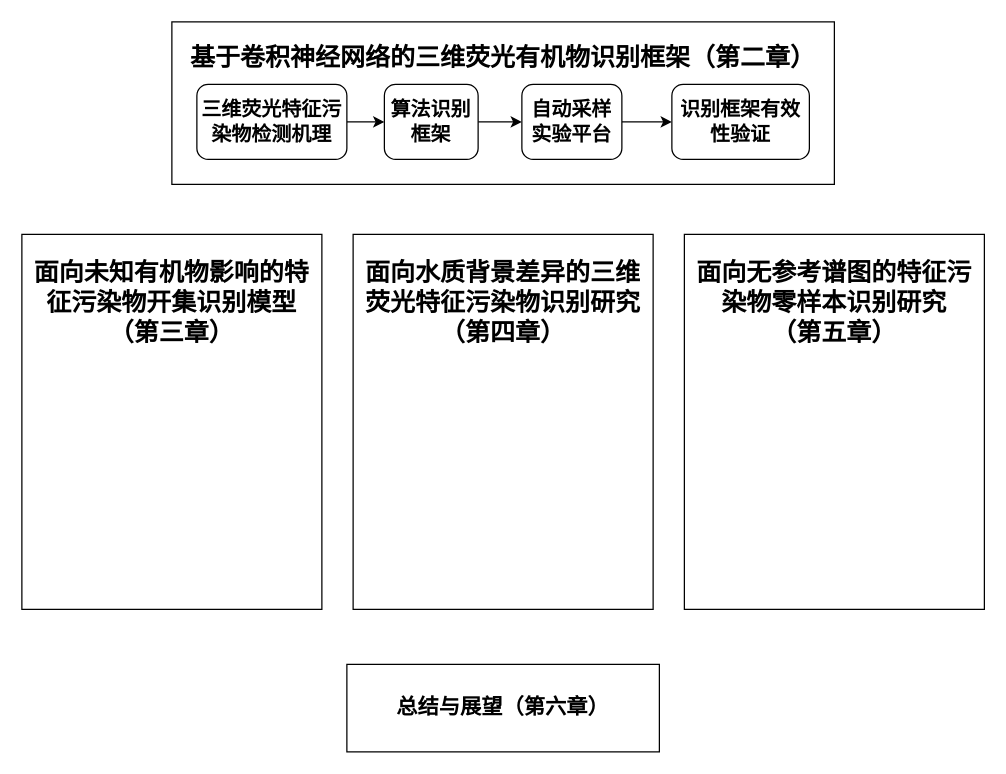
Above: thesis.drawio in chbambooshoot/digram (draw.io), before the change. Source tidied: cells renumbered, new cells numbered last; positions are measured from the earlier drawing's top-left corner, leaving out a move shared by most shapes. Both pictures are drawn from the tidied source at 125%, with x=0, y=0 at pixel (21, 21).
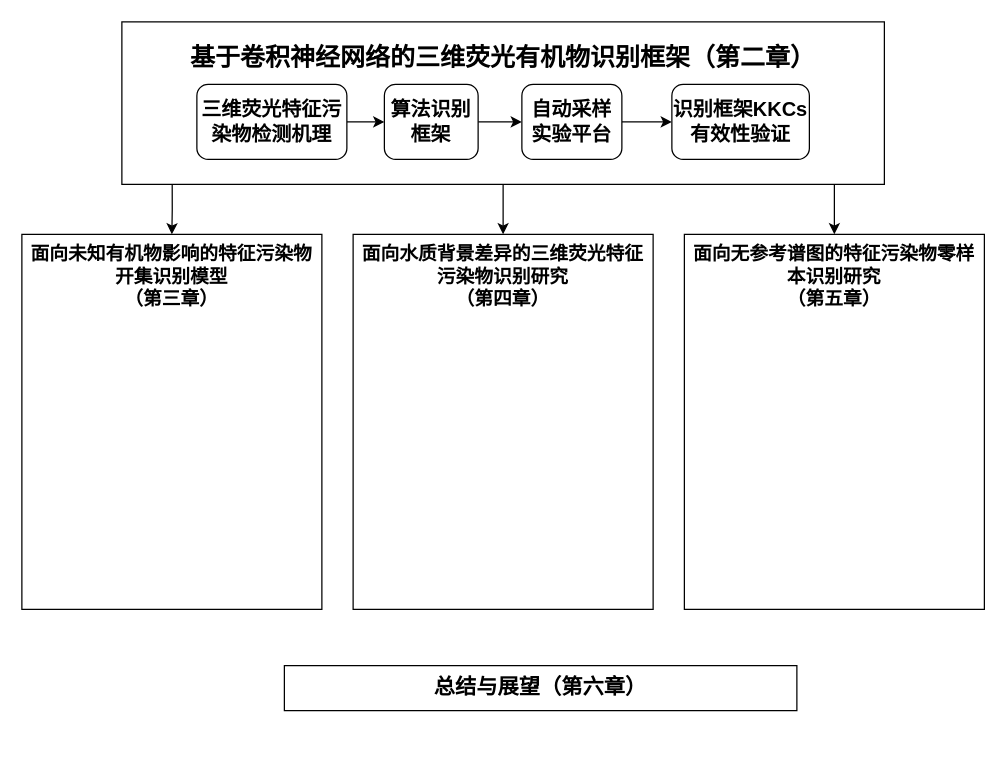
The same page after the edit.

The edit, as a diff of the source:
```diff
@@
 <mxGraphModel>
   <root>
     <mxCell id="0" />
     <mxCell id="1" parent="0" />
+    <mxCell id="14" style="edgeStyle=orthogonalEdgeStyle;rounded=0;jettySize=auto;html=1;" parent="1" edge="1" source="2" target="4">
+      <mxGeometry relative="1" as="geometry" />
+    </mxCell>
     <mxCell id="2" value="&lt;font size=&quot;1&quot; style=&quot;&quot;&gt;&lt;span style=&quot;text-indent: 0cm; background-color: initial;&quot;&gt;&lt;b style=&quot;font-size: 20px;&quot;&gt;基于卷积神经网络的三维荧光有机物识别框架（第二章）&lt;br&gt;&lt;/b&gt;&lt;/span&gt;&lt;/font&gt;&lt;br&gt;&lt;br&gt;&lt;br&gt;&lt;br&gt;&lt;h1 style=&quot;text-indent:0cm;mso-list:l0 level1 lfo1&quot;&gt;&lt;span lang=&quot;EN-US&quot;&gt;&lt;/span&gt;&lt;/h1&gt;" style="rounded=0;whiteSpace=wrap;html=1;fontFamily=仿宋;" parent="1" vertex="1">
-      <mxGeometry x="120" width="530" height="130" as="geometry" />
+      <mxGeometry x="80" width="610" height="130" as="geometry" />
     </mxCell>
-    <mxCell id="3" value="&lt;font style=&quot;border-color: var(--border-color);&quot;&gt;&lt;b style=&quot;border-color: var(--border-color); font-size: 20px;&quot;&gt;面向未知有机物影响的特征污染物开集识别模型（第三章）&lt;br&gt;&lt;br&gt;&lt;br&gt;&lt;br&gt;&lt;br&gt;&lt;br&gt;&lt;br&gt;&lt;br&gt;&lt;br style=&quot;border-color: var(--border-color);&quot;&gt;&lt;/b&gt;&lt;/font&gt;" style="rounded=0;whiteSpace=wrap;html=1;fontFamily=仿宋;" parent="1" vertex="1">
+    <mxCell id="3" value="&lt;font style=&quot;border-color: var(--border-color); font-size: 15px;&quot;&gt;&lt;b style=&quot;border-color: var(--border-color); font-size: 15px;&quot;&gt;面向未知有机物影响的特征污染物开集识别模型&lt;br&gt;（第三章）&lt;br&gt;&lt;br&gt;&lt;br&gt;&lt;br&gt;&lt;br&gt;&lt;br style=&quot;font-size: 15px;&quot;&gt;&lt;br style=&quot;font-size: 15px;&quot;&gt;&lt;br style=&quot;font-size: 15px;&quot;&gt;&lt;br style=&quot;font-size: 15px;&quot;&gt;&lt;br style=&quot;font-size: 15px;&quot;&gt;&lt;br style=&quot;font-size: 15px;&quot;&gt;&lt;br style=&quot;font-size: 15px;&quot;&gt;&lt;br style=&quot;font-size: 15px;&quot;&gt;&lt;br style=&quot;border-color: var(--border-color); font-size: 15px;&quot;&gt;&lt;/b&gt;&lt;/font&gt;" style="rounded=0;whiteSpace=wrap;html=1;fontFamily=仿宋;fontSize=15;" parent="1" vertex="1">
       <mxGeometry y="170" width="240" height="300" as="geometry" />
     </mxCell>
-    <mxCell id="4" value="&lt;font style=&quot;border-color: var(--border-color);&quot;&gt;&lt;b style=&quot;border-color: var(--border-color); font-size: 20px;&quot;&gt;面向水质背景差异的三维荧光特征污染物识别研究&lt;br&gt;（第四章）&lt;br&gt;&lt;b style=&quot;border-color: var(--border-color);&quot;&gt;&lt;br style=&quot;border-color: var(--border-color);&quot;&gt;&lt;br style=&quot;border-color: var(--border-color);&quot;&gt;&lt;br style=&quot;border-color: var(--border-color);&quot;&gt;&lt;br style=&quot;border-color: var(--border-color);&quot;&gt;&lt;br style=&quot;border-color: var(--border-color);&quot;&gt;&lt;br style=&quot;border-color: var(--border-color);&quot;&gt;&lt;br style=&quot;border-color: var(--border-color);&quot;&gt;&lt;br style=&quot;border-color: var(--border-color);&quot;&gt;&lt;/b&gt;&lt;/b&gt;&lt;/font&gt;" style="rounded=0;whiteSpace=wrap;html=1;fontFamily=仿宋;" parent="1" vertex="1">
+    <mxCell id="4" value="&lt;font style=&quot;border-color: var(--border-color); font-size: 15px;&quot;&gt;&lt;b style=&quot;border-color: var(--border-color); font-size: 15px;&quot;&gt;面向水质背景差异的三维荧光特征污染物识别研究&lt;br style=&quot;font-size: 15px;&quot;&gt;（第四章）&lt;br&gt;&lt;br&gt;&lt;br&gt;&lt;br&gt;&lt;br&gt;&lt;br style=&quot;font-size: 15px;&quot;&gt;&lt;b style=&quot;border-color: var(--border-color); font-size: 15px;&quot;&gt;&lt;br style=&quot;border-color: var(--border-color); font-size: 15px;&quot;&gt;&lt;br style=&quot;border-color: var(--border-color); font-size: 15px;&quot;&gt;&lt;br style=&quot;border-color: var(--border-color); font-size: 15px;&quot;&gt;&lt;br style=&quot;border-color: var(--border-color); font-size: 15px;&quot;&gt;&lt;br style=&quot;border-color: var(--border-color); font-size: 15px;&quot;&gt;&lt;br style=&quot;border-color: var(--border-color); font-size: 15px;&quot;&gt;&lt;br style=&quot;border-color: var(--border-color); font-size: 15px;&quot;&gt;&lt;br style=&quot;border-color: var(--border-color); font-size: 15px;&quot;&gt;&lt;/b&gt;&lt;/b&gt;&lt;/font&gt;" style="rounded=0;whiteSpace=wrap;html=1;fontFamily=仿宋;fontSize=15;" parent="1" vertex="1">
       <mxGeometry x="265" y="170" width="240" height="300" as="geometry" />
     </mxCell>
-    <mxCell id="5" value="&lt;font style=&quot;border-color: var(--border-color);&quot;&gt;&lt;b style=&quot;border-color: var(--border-color); font-size: 20px;&quot;&gt;面向无参考谱图的特征污染物零样本识别研究&lt;br&gt;（第五章）&lt;br&gt;&lt;b style=&quot;border-color: var(--border-color);&quot;&gt;&lt;br style=&quot;border-color: var(--border-color);&quot;&gt;&lt;br style=&quot;border-color: var(--border-color);&quot;&gt;&lt;br style=&quot;border-color: var(--border-color);&quot;&gt;&lt;br style=&quot;border-color: var(--border-color);&quot;&gt;&lt;br style=&quot;border-color: var(--border-color);&quot;&gt;&lt;br style=&quot;border-color: var(--border-color);&quot;&gt;&lt;br style=&quot;border-color: var(--border-color);&quot;&gt;&lt;br style=&quot;border-color: var(--border-color);&quot;&gt;&lt;/b&gt;&lt;/b&gt;&lt;/font&gt;" style="rounded=0;whiteSpace=wrap;html=1;fontFamily=仿宋;" parent="1" vertex="1">
+    <mxCell id="5" value="&lt;font style=&quot;border-color: var(--border-color); font-size: 15px;&quot;&gt;&lt;b style=&quot;border-color: var(--border-color); font-size: 15px;&quot;&gt;面向无参考谱图的特征污染物零样本识别研究&lt;br style=&quot;font-size: 15px;&quot;&gt;（第五章）&lt;br&gt;&lt;br&gt;&lt;br&gt;&lt;br&gt;&lt;br&gt;&lt;br style=&quot;font-size: 15px;&quot;&gt;&lt;b style=&quot;border-color: var(--border-color); font-size: 15px;&quot;&gt;&lt;br style=&quot;border-color: var(--border-color); font-size: 15px;&quot;&gt;&lt;br style=&quot;border-color: var(--border-color); font-size: 15px;&quot;&gt;&lt;br style=&quot;border-color: var(--border-color); font-size: 15px;&quot;&gt;&lt;br style=&quot;border-color: var(--border-color); font-size: 15px;&quot;&gt;&lt;br style=&quot;border-color: var(--border-color); font-size: 15px;&quot;&gt;&lt;br style=&quot;border-color: var(--border-color); font-size: 15px;&quot;&gt;&lt;br style=&quot;border-color: var(--border-color); font-size: 15px;&quot;&gt;&lt;br style=&quot;border-color: var(--border-color); font-size: 15px;&quot;&gt;&lt;/b&gt;&lt;/b&gt;&lt;/font&gt;" style="rounded=0;whiteSpace=wrap;html=1;fontFamily=仿宋;fontSize=15;" parent="1" vertex="1">
       <mxGeometry x="530" y="170" width="240" height="300" as="geometry" />
     </mxCell>
     <mxCell id="6" value="&lt;b&gt;&lt;font style=&quot;font-size: 17px;&quot;&gt;总结与展望（第六章）&lt;/font&gt;&lt;/b&gt;" style="rounded=0;whiteSpace=wrap;html=1;fontFamily=仿宋;" parent="1" vertex="1">
-      <mxGeometry x="260" y="514" width="250" height="70" as="geometry" />
+      <mxGeometry x="210" y="515" width="410" height="36" as="geometry" />
     </mxCell>
     <mxCell id="7" style="edgeStyle=orthogonalEdgeStyle;rounded=0;jettySize=auto;html=1;" parent="1" edge="1" source="8" target="10">
       <mxGeometry relative="1" as="geometry" />
     </mxCell>
     <mxCell id="8" value="&lt;b&gt;&lt;font style=&quot;font-size: 16px;&quot; face=&quot;仿宋&quot;&gt;三维荧光特征污染物检测机理&lt;/font&gt;&lt;/b&gt;" style="rounded=1;whiteSpace=wrap;html=1;" parent="1" vertex="1">
       <mxGeometry x="140" y="50" width="120" height="60" as="geometry" />
     </mxCell>
     <mxCell id="9" style="edgeStyle=orthogonalEdgeStyle;rounded=0;jettySize=auto;html=1;" parent="1" edge="1" source="10" target="12">
       <mxGeometry relative="1" as="geometry" />
     </mxCell>
     <mxCell id="10" value="&lt;font face=&quot;仿宋&quot;&gt;&lt;span style=&quot;font-size: 16px;&quot;&gt;&lt;b&gt;算法识别框架&lt;/b&gt;&lt;/span&gt;&lt;/font&gt;" style="rounded=1;whiteSpace=wrap;html=1;" parent="1" vertex="1">
       <mxGeometry x="290" y="50" width="75" height="60" as="geometry" />
     </mxCell>
     <mxCell id="11" style="edgeStyle=orthogonalEdgeStyle;rounded=0;jettySize=auto;html=1;" parent="1" edge="1" source="12" target="13">
       <mxGeometry relative="1" as="geometry" />
     </mxCell>
     <mxCell id="12" value="&lt;font face=&quot;仿宋&quot;&gt;&lt;span style=&quot;font-size: 16px;&quot;&gt;&lt;b&gt;自动采样实验平台&lt;/b&gt;&lt;/span&gt;&lt;/font&gt;" style="rounded=1;whiteSpace=wrap;html=1;" parent="1" vertex="1">
       <mxGeometry x="400" y="50" width="80" height="60" as="geometry" />
     </mxCell>
-    <mxCell id="13" value="&lt;font face=&quot;仿宋&quot;&gt;&lt;span style=&quot;font-size: 16px;&quot;&gt;&lt;b&gt;识别框架有效性验证&lt;/b&gt;&lt;/span&gt;&lt;/font&gt;" style="rounded=1;whiteSpace=wrap;html=1;" parent="1" vertex="1">
+    <mxCell id="13" value="&lt;font face=&quot;仿宋&quot;&gt;&lt;span style=&quot;font-size: 16px;&quot;&gt;&lt;b&gt;识别框架KKCs有效性验证&lt;/b&gt;&lt;/span&gt;&lt;/font&gt;" style="rounded=1;whiteSpace=wrap;html=1;" parent="1" vertex="1">
       <mxGeometry x="520" y="50" width="110" height="60" as="geometry" />
     </mxCell>
+    <mxCell id="15" style="edgeStyle=orthogonalEdgeStyle;rounded=0;jettySize=auto;html=1;exitX=0.066;exitY=0.998;exitDx=0;exitDy=0;exitPerimeter=0;" parent="1" edge="1" source="2">
+      <mxGeometry relative="1" as="geometry">
+        <mxPoint x="120" y="170" as="targetPoint" />
+      </mxGeometry>
+    </mxCell>
+    <mxCell id="16" style="edgeStyle=orthogonalEdgeStyle;rounded=0;jettySize=auto;html=1;entryX=0.5;entryY=0;entryDx=0;entryDy=0;" parent="1" edge="1" target="5">
+      <mxGeometry relative="1" as="geometry">
+        <mxPoint x="650" y="130" as="sourcePoint" />
+        <Array as="points">
+          <mxPoint x="650" y="130" />
+        </Array>
+      </mxGeometry>
+    </mxCell>
   </root>
 </mxGraphModel>
```
